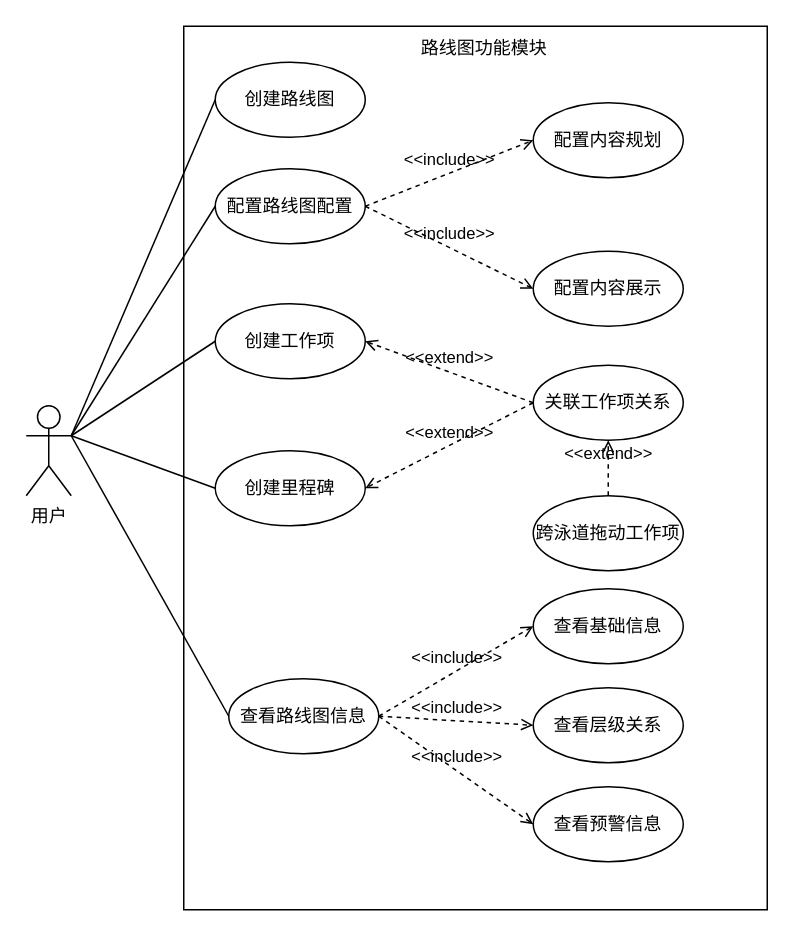
qf2020/drawio keeps this draw.io diagram as 路线图模块用例图.drawio. Above is the earlier version. Source tidied: cells renumbered, new cells numbered last; positions are measured from the earlier drawing's top-left corner, leaving out a move shared by most shapes. Both pictures are drawn from the tidied source at 150%, with x=0, y=0 at pixel (26, 26).
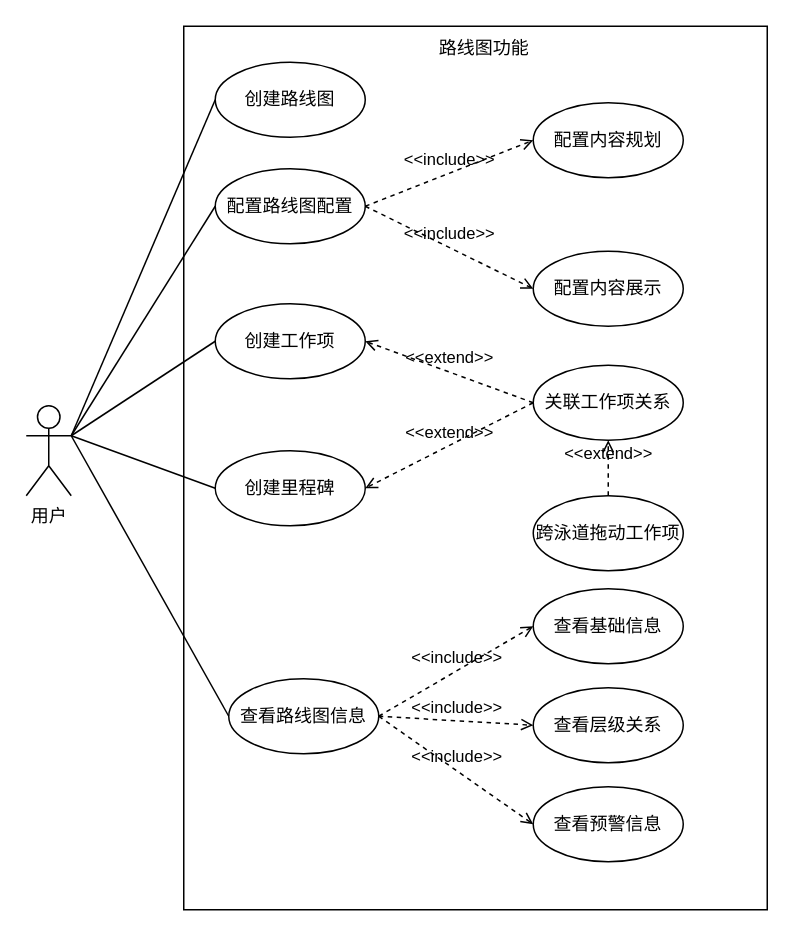
Above is the later version.

Commit message:
更新路线图模块用例图.drawio

What changed in the source:
```diff
@@
-    <mxCell id="4" value="路线图功能模块" style="text;html=1;align=center;verticalAlign=middle;whiteSpace=wrap;rounded=0;" parent="1" vertex="1">
+    <mxCell id="4" value="路线图功能" style="text;html=1;align=center;verticalAlign=middle;whiteSpace=wrap;rounded=0;" parent="1" vertex="1">
       <mxGeometry x="256" width="99" height="30" as="geometry" />
     </mxCell>
```
